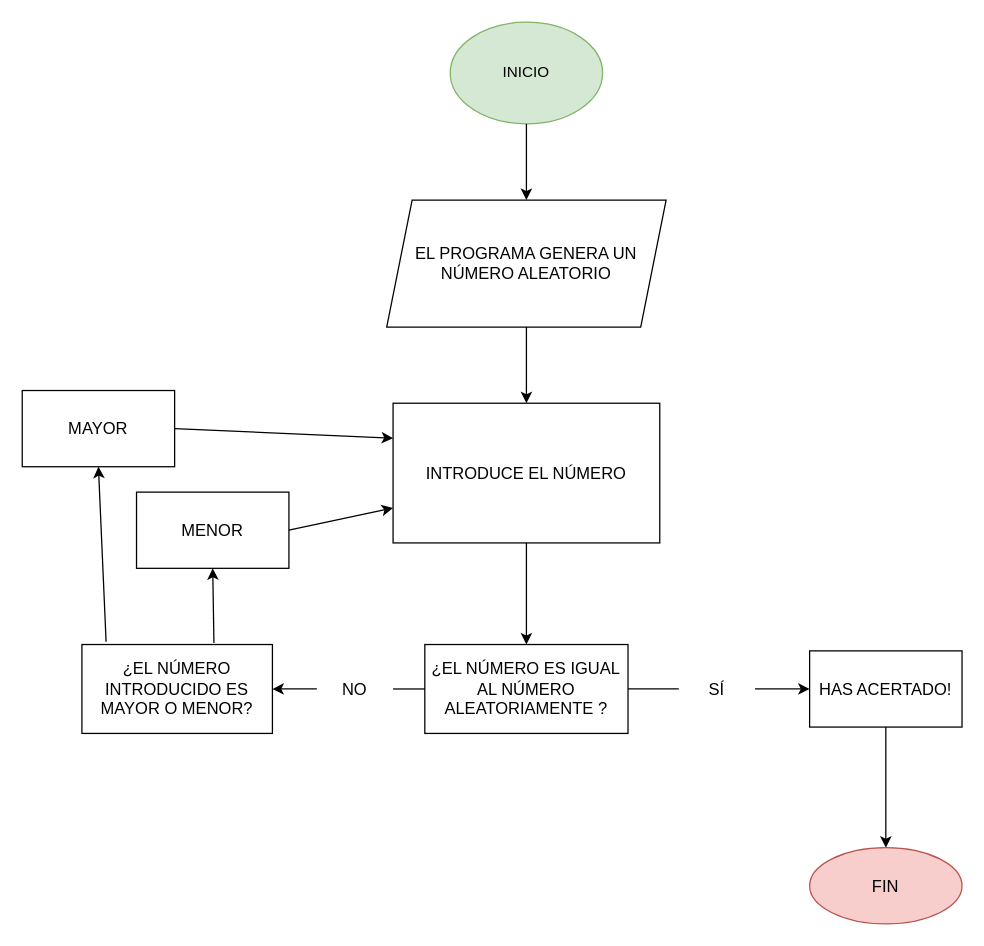
Earlier version of the draw.io diagram diagrama.drawio (jaimeeramiirez/Adivina_un_numero_jaime_ramirez). Source tidied: cells renumbered, new cells numbered last; positions are measured from the earlier drawing's top-left corner, leaving out a move shared by most shapes. Both pictures are drawn from the tidied source at 127%, with x=0, y=0 at pixel (22, 22).
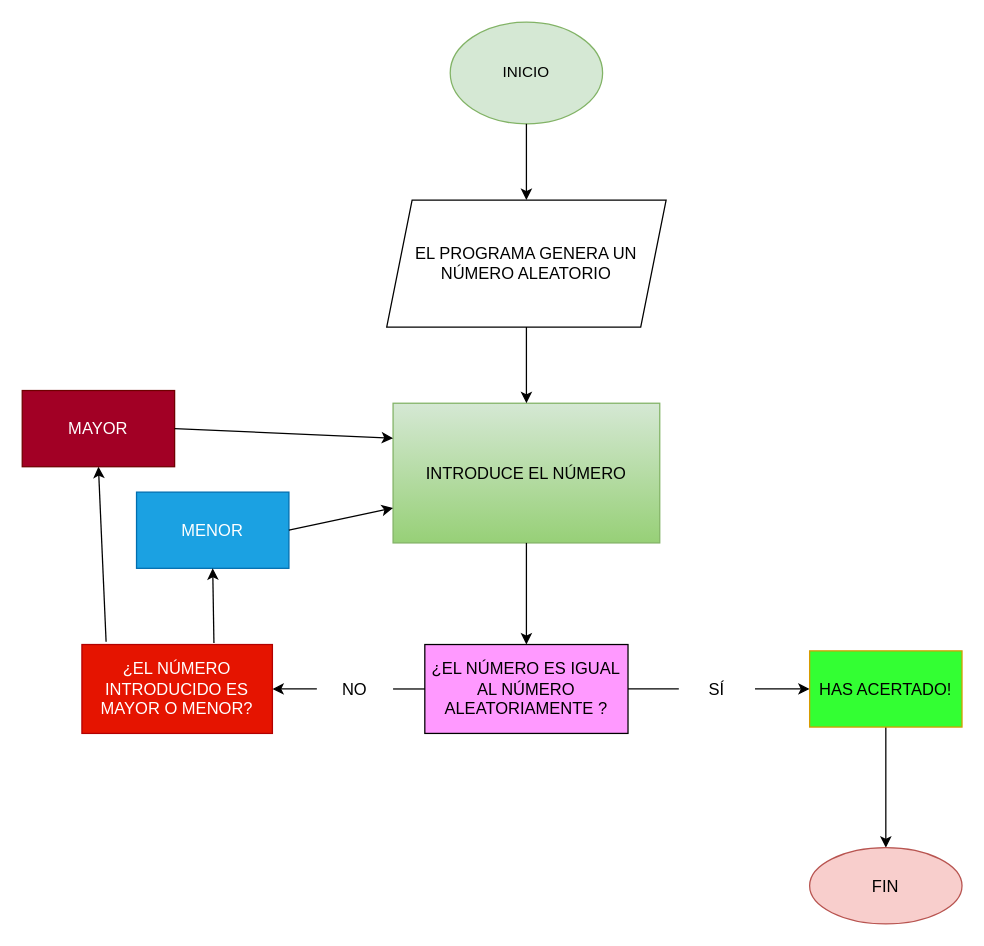
The same diagram, later.

Commit message:
colores en el diagrama de flujo

What changed in the source:
```diff
@@
-    <mxCell id="5" value="&lt;font style=&quot;font-size: 13px&quot;&gt;INTRODUCE EL NÚMERO&lt;/font&gt;" style="rounded=0;whiteSpace=wrap;html=1;fontSize=12;" parent="1" vertex="1">
+    <mxCell id="5" value="&lt;font style=&quot;font-size: 13px&quot;&gt;INTRODUCE EL NÚMERO&lt;/font&gt;" style="rounded=0;whiteSpace=wrap;html=1;fontSize=12;fillColor=#d5e8d4;strokeColor=#82b366;gradientColor=#97d077;" parent="1" vertex="1">
       <mxGeometry x="292" y="300" width="210" height="110" as="geometry" />
     </mxCell>
@@
-    <mxCell id="10" value="¿EL NÚMERO ES IGUAL AL NÚMERO ALEATORIAMENTE ?" style="rounded=0;whiteSpace=wrap;html=1;fontSize=13;" parent="1" vertex="1">
+    <mxCell id="10" value="¿EL NÚMERO ES IGUAL AL NÚMERO ALEATORIAMENTE ?" style="rounded=0;whiteSpace=wrap;html=1;fontSize=13;fillColor=#FF99FF;" parent="1" vertex="1">
       <mxGeometry x="317" y="490" width="160" height="70" as="geometry" />
     </mxCell>
@@
-    <mxCell id="12" value="HAS ACERTADO!" style="whiteSpace=wrap;html=1;fontSize=13;rounded=0;" parent="1" vertex="1">
+    <mxCell id="12" value="HAS ACERTADO!" style="whiteSpace=wrap;html=1;fontSize=13;rounded=0;fillColor=#33FF33;gradientColor=#33FF33;strokeColor=#d79b00;" parent="1" vertex="1">
       <mxGeometry x="620" y="495" width="120" height="60" as="geometry" />
     </mxCell>
@@
-    <mxCell id="17" value="¿EL NÚMERO INTRODUCIDO ES MAYOR O MENOR?" style="whiteSpace=wrap;html=1;fontSize=13;rounded=0;" parent="1" vertex="1">
+    <mxCell id="17" value="¿EL NÚMERO INTRODUCIDO ES MAYOR O MENOR?" style="whiteSpace=wrap;html=1;fontSize=13;rounded=0;fillColor=#e51400;fontColor=#ffffff;strokeColor=#B20000;" parent="1" vertex="1">
       <mxGeometry x="47" y="490" width="150" height="70" as="geometry" />
     </mxCell>
@@
-    <mxCell id="20" value="MAYOR" style="rounded=0;whiteSpace=wrap;html=1;fontSize=13;" parent="1" vertex="1">
+    <mxCell id="20" value="MAYOR" style="rounded=0;whiteSpace=wrap;html=1;fontSize=13;fillColor=#a20025;fontColor=#ffffff;strokeColor=#6F0000;" parent="1" vertex="1">
       <mxGeometry y="290" width="120" height="60" as="geometry" />
     </mxCell>
-    <mxCell id="21" value="MENOR" style="rounded=0;whiteSpace=wrap;html=1;fontSize=13;" parent="1" vertex="1">
+    <mxCell id="21" value="MENOR" style="rounded=0;whiteSpace=wrap;html=1;fontSize=13;fillColor=#1ba1e2;fontColor=#ffffff;strokeColor=#006EAF;" parent="1" vertex="1">
       <mxGeometry x="90" y="370" width="120" height="60" as="geometry" />
     </mxCell>
```
